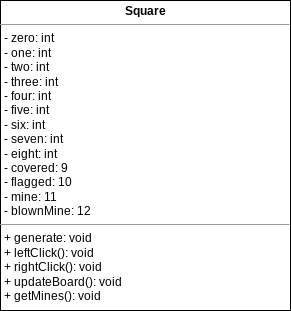
MTHS-ICS4U-2022/ICS4U-2022-Final-Project-Ethan-Michael keeps this draw.io diagram as class1.png. Above is the earlier version. Source tidied: cells renumbered, new cells last; positions are measured from the earlier drawing's top-left corner, leaving out a move shared by most shapes.
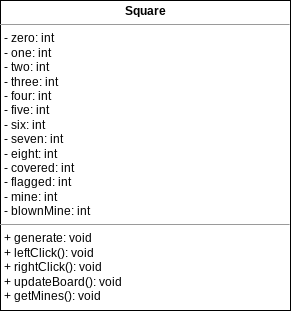
The same file after the commit.

What changed in the source:
```diff
@@ -2,7 +2,7 @@
   <root>
     <mxCell id="0" />
     <mxCell id="1" parent="0" />
-    <mxCell id="2" value="&lt;p style=&quot;margin: 0px ; margin-top: 4px ; text-align: center&quot;&gt;&lt;b&gt;Square&lt;/b&gt;&lt;/p&gt;&lt;hr size=&quot;1&quot;&gt;&lt;p style=&quot;margin: 0px ; margin-left: 4px&quot;&gt;- zero: int&lt;/p&gt;&lt;p style=&quot;margin: 0px ; margin-left: 4px&quot;&gt;- one: int&lt;/p&gt;&lt;p style=&quot;margin: 0px ; margin-left: 4px&quot;&gt;- two: int&lt;/p&gt;&lt;p style=&quot;margin: 0px ; margin-left: 4px&quot;&gt;- three: int&lt;/p&gt;&lt;p style=&quot;margin: 0px ; margin-left: 4px&quot;&gt;- four: int&lt;/p&gt;&lt;p style=&quot;margin: 0px ; margin-left: 4px&quot;&gt;- five: int&lt;/p&gt;&lt;p style=&quot;margin: 0px ; margin-left: 4px&quot;&gt;- six: int&lt;/p&gt;&lt;p style=&quot;margin: 0px ; margin-left: 4px&quot;&gt;- seven: int&lt;/p&gt;&lt;p style=&quot;margin: 0px ; margin-left: 4px&quot;&gt;- eight: int&lt;/p&gt;&lt;p style=&quot;margin: 0px ; margin-left: 4px&quot;&gt;- covered: 9&lt;/p&gt;&lt;p style=&quot;margin: 0px ; margin-left: 4px&quot;&gt;- flagged: 10&lt;/p&gt;&lt;p style=&quot;margin: 0px ; margin-left: 4px&quot;&gt;- mine: 11&lt;/p&gt;&lt;p style=&quot;margin: 0px ; margin-left: 4px&quot;&gt;- blownMine: 12&lt;/p&gt;&lt;hr size=&quot;1&quot;&gt;&lt;p style=&quot;margin: 0px ; margin-left: 4px&quot;&gt;+ generate: void&lt;/p&gt;&lt;p style=&quot;margin: 0px ; margin-left: 4px&quot;&gt;+ leftClick(): void&lt;/p&gt;&lt;p style=&quot;margin: 0px ; margin-left: 4px&quot;&gt;+ rightClick(): void&lt;/p&gt;&lt;p style=&quot;margin: 0px ; margin-left: 4px&quot;&gt;+ updateBoard(): void&lt;/p&gt;&lt;p style=&quot;margin: 0px ; margin-left: 4px&quot;&gt;+ getMines(): void&lt;/p&gt;" style="verticalAlign=top;align=left;overflow=fill;fontSize=12;fontFamily=Helvetica;html=1;" parent="1" vertex="1">
+    <mxCell id="2" value="&lt;p style=&quot;margin: 0px ; margin-top: 4px ; text-align: center&quot;&gt;&lt;b&gt;Square&lt;/b&gt;&lt;/p&gt;&lt;hr size=&quot;1&quot;&gt;&lt;p style=&quot;margin: 0px ; margin-left: 4px&quot;&gt;- zero: int&lt;/p&gt;&lt;p style=&quot;margin: 0px ; margin-left: 4px&quot;&gt;- one: int&lt;/p&gt;&lt;p style=&quot;margin: 0px ; margin-left: 4px&quot;&gt;- two: int&lt;/p&gt;&lt;p style=&quot;margin: 0px ; margin-left: 4px&quot;&gt;- three: int&lt;/p&gt;&lt;p style=&quot;margin: 0px ; margin-left: 4px&quot;&gt;- four: int&lt;/p&gt;&lt;p style=&quot;margin: 0px ; margin-left: 4px&quot;&gt;- five: int&lt;/p&gt;&lt;p style=&quot;margin: 0px ; margin-left: 4px&quot;&gt;- six: int&lt;/p&gt;&lt;p style=&quot;margin: 0px ; margin-left: 4px&quot;&gt;- seven: int&lt;/p&gt;&lt;p style=&quot;margin: 0px ; margin-left: 4px&quot;&gt;- eight: int&lt;/p&gt;&lt;p style=&quot;margin: 0px ; margin-left: 4px&quot;&gt;- covered: int&lt;/p&gt;&lt;p style=&quot;margin: 0px ; margin-left: 4px&quot;&gt;- flagged: int&lt;/p&gt;&lt;p style=&quot;margin: 0px ; margin-left: 4px&quot;&gt;- mine: int&lt;/p&gt;&lt;p style=&quot;margin: 0px ; margin-left: 4px&quot;&gt;- blownMine: int&lt;/p&gt;&lt;hr size=&quot;1&quot;&gt;&lt;p style=&quot;margin: 0px ; margin-left: 4px&quot;&gt;+ generate: void&lt;/p&gt;&lt;p style=&quot;margin: 0px ; margin-left: 4px&quot;&gt;+ leftClick(): void&lt;/p&gt;&lt;p style=&quot;margin: 0px ; margin-left: 4px&quot;&gt;+ rightClick(): void&lt;/p&gt;&lt;p style=&quot;margin: 0px ; margin-left: 4px&quot;&gt;+ updateBoard(): void&lt;/p&gt;&lt;p style=&quot;margin: 0px ; margin-left: 4px&quot;&gt;+ getMines(): void&lt;/p&gt;" style="verticalAlign=top;align=left;overflow=fill;fontSize=12;fontFamily=Helvetica;html=1;" parent="1" vertex="1">
       <mxGeometry width="290" height="310" as="geometry" />
     </mxCell>
   </root>
```
